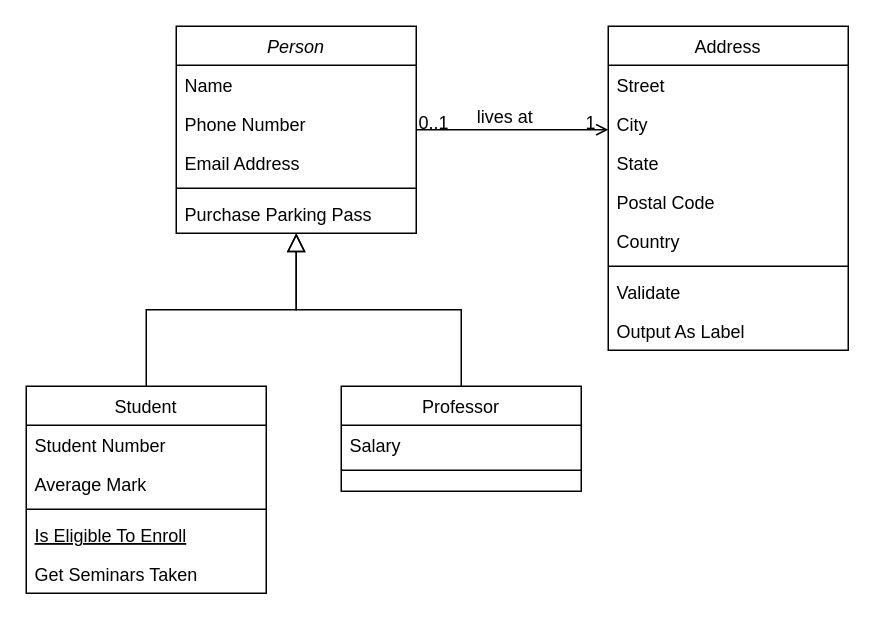
Before: oop/esercizio-03-04.drawio in Gabbinetto/draw.io-diagrams, a draw.io diagram. Source tidied: cells renumbered, new cells numbered last; positions are measured from the earlier drawing's top-left corner, leaving out a move shared by most shapes. Both pictures are drawn from the tidied source at 150%, with x=0, y=0 at pixel (26, 26).
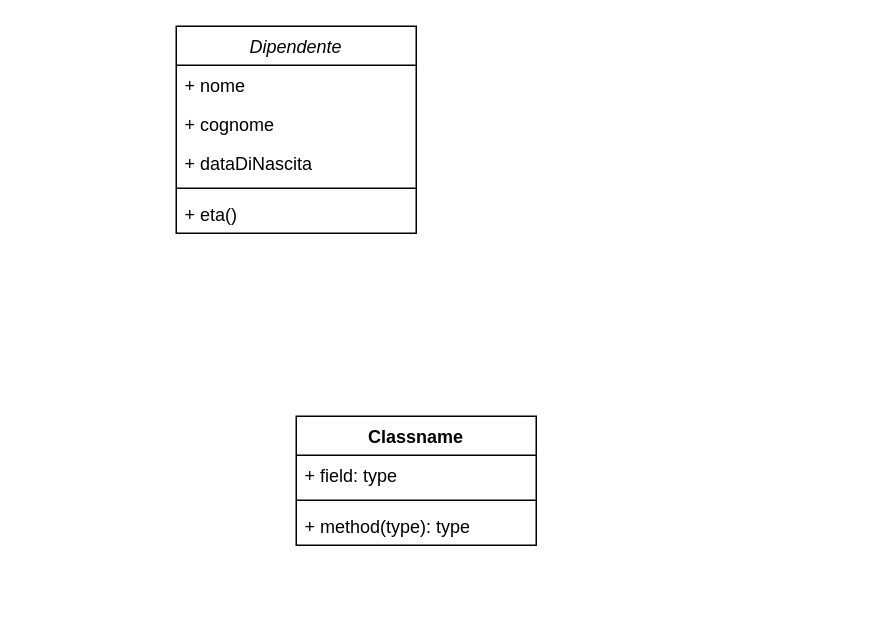
The same diagram, later.

Commit message (it also covers changes not shown here):
Aggiorna oop/esercizio-03-04.drawio

Change to the diagram source:
```diff
@@
-    <mxCell id="2" value="Person" style="swimlane;fontStyle=2;align=center;verticalAlign=top;horizontal=1;startSize=26;rounded=0;shadow=0;strokeWidth=1;" parent="1" vertex="1">
+    <mxCell id="2" value="Dipendente" style="swimlane;fontStyle=2;align=center;verticalAlign=top;horizontal=1;startSize=26;rounded=0;shadow=0;strokeWidth=1;" parent="1" vertex="1">
       <mxGeometry x="100" width="160" height="138" as="geometry" />
     </mxCell>
-    <mxCell id="3" value="Name" style="text;align=left;verticalAlign=top;spacingLeft=4;spacingRight=4;overflow=hidden;" parent="2" vertex="1">
+    <mxCell id="3" value="+ nome" style="text;align=left;verticalAlign=top;spacingLeft=4;spacingRight=4;overflow=hidden;" parent="2" vertex="1">
       <mxGeometry y="26" width="160" height="26" as="geometry" />
     </mxCell>
-    <mxCell id="4" value="Phone Number" style="text;align=left;verticalAlign=top;spacingLeft=4;spacingRight=4;overflow=hidden;rounded=0;shadow=0;html=0;" parent="2" vertex="1">
+    <mxCell id="4" value="+ cognome" style="text;align=left;verticalAlign=top;spacingLeft=4;spacingRight=4;overflow=hidden;rounded=0;shadow=0;html=0;" parent="2" vertex="1">
       <mxGeometry y="52" width="160" height="26" as="geometry" />
     </mxCell>
-    <mxCell id="5" value="Email Address" style="text;align=left;verticalAlign=top;spacingLeft=4;spacingRight=4;overflow=hidden;rounded=0;shadow=0;html=0;" parent="2" vertex="1">
-      <mxGeometry y="78" width="160" height="26" as="geometry" />
-    </mxCell>
+    <mxCell id="32" value="+ dataDiNascita" style="text;strokeColor=none;fillColor=none;align=left;verticalAlign=top;spacingLeft=4;spacingRight=4;overflow=hidden;whiteSpace=wrap;html=1;" parent="2" vertex="1">
+      <mxGeometry y="78" width="160" height="26" as="geometry" />
+    </mxCell>
@@
-    <mxCell id="7" value="Purchase Parking Pass" style="text;align=left;verticalAlign=top;spacingLeft=4;spacingRight=4;overflow=hidden;" parent="2" vertex="1">
-      <mxGeometry y="112" width="160" height="26" as="geometry" />
-    </mxCell>
-    <mxCell id="8" value="Student" style="swimlane;fontStyle=0;align=center;verticalAlign=top;horizontal=1;startSize=26;rounded=0;shadow=0;strokeWidth=1;" parent="1" vertex="1">
-      <mxGeometry y="240" width="160" height="138" as="geometry" />
-    </mxCell>
-    <mxCell id="9" value="Student Number" style="text;align=left;verticalAlign=top;spacingLeft=4;spacingRight=4;overflow=hidden;" parent="8" vertex="1">
-      <mxGeometry y="26" width="160" height="26" as="geometry" />
-    </mxCell>
-    <mxCell id="10" value="Average Mark" style="text;align=left;verticalAlign=top;spacingLeft=4;spacingRight=4;overflow=hidden;rounded=0;shadow=0;html=0;" parent="8" vertex="1">
-      <mxGeometry y="52" width="160" height="26" as="geometry" />
-    </mxCell>
-    <mxCell id="11" style="line;html=1;strokeWidth=1;align=left;verticalAlign=middle;spacingTop=-1;spacingLeft=3;spacingRight=3;labelPosition=right;" parent="8" vertex="1">
-      <mxGeometry y="78" width="160" height="8" as="geometry" />
-    </mxCell>
-    <mxCell id="12" value="Is Eligible To Enroll" style="text;align=left;verticalAlign=top;spacingLeft=4;spacingRight=4;overflow=hidden;fontStyle=4;" parent="8" vertex="1">
-      <mxGeometry y="86" width="160" height="26" as="geometry" />
-    </mxCell>
-    <mxCell id="13" value="Get Seminars Taken" style="text;align=left;verticalAlign=top;spacingLeft=4;spacingRight=4;overflow=hidden;" parent="8" vertex="1">
-      <mxGeometry y="112" width="160" height="26" as="geometry" />
-    </mxCell>
-    <mxCell id="14" style="endArrow=block;endSize=10;endFill=0;shadow=0;strokeWidth=1;rounded=0;curved=0;edgeStyle=elbowEdgeStyle;elbow=vertical;" parent="1" edge="1" source="8" target="2">
-      <mxGeometry relative="1" as="geometry" />
-    </mxCell>
-    <mxCell id="15" value="Professor" style="swimlane;fontStyle=0;align=center;verticalAlign=top;horizontal=1;startSize=26;rounded=0;shadow=0;strokeWidth=1;" parent="1" vertex="1">
-      <mxGeometry x="210" y="240" width="160" height="70" as="geometry" />
-    </mxCell>
-    <mxCell id="16" value="Salary" style="text;align=left;verticalAlign=top;spacingLeft=4;spacingRight=4;overflow=hidden;" parent="15" vertex="1">
-      <mxGeometry y="26" width="160" height="26" as="geometry" />
-    </mxCell>
-    <mxCell id="17" style="line;html=1;strokeWidth=1;align=left;verticalAlign=middle;spacingTop=-1;spacingLeft=3;spacingRight=3;labelPosition=right;" parent="15" vertex="1">
-      <mxGeometry y="52" width="160" height="8" as="geometry" />
-    </mxCell>
-    <mxCell id="18" style="endArrow=block;endSize=10;endFill=0;shadow=0;strokeWidth=1;rounded=0;curved=0;edgeStyle=elbowEdgeStyle;elbow=vertical;" parent="1" edge="1" source="15" target="2">
-      <mxGeometry relative="1" as="geometry" />
-    </mxCell>
-    <mxCell id="19" value="Address" style="swimlane;fontStyle=0;align=center;verticalAlign=top;horizontal=1;startSize=26;rounded=0;shadow=0;strokeWidth=1;" parent="1" vertex="1">
-      <mxGeometry x="388" width="160" height="216" as="geometry" />
-    </mxCell>
-    <mxCell id="20" value="Street" style="text;align=left;verticalAlign=top;spacingLeft=4;spacingRight=4;overflow=hidden;" parent="19" vertex="1">
-      <mxGeometry y="26" width="160" height="26" as="geometry" />
-    </mxCell>
-    <mxCell id="21" value="City" style="text;align=left;verticalAlign=top;spacingLeft=4;spacingRight=4;overflow=hidden;rounded=0;shadow=0;html=0;" parent="19" vertex="1">
-      <mxGeometry y="52" width="160" height="26" as="geometry" />
-    </mxCell>
-    <mxCell id="22" value="State" style="text;align=left;verticalAlign=top;spacingLeft=4;spacingRight=4;overflow=hidden;rounded=0;shadow=0;html=0;" parent="19" vertex="1">
-      <mxGeometry y="78" width="160" height="26" as="geometry" />
-    </mxCell>
-    <mxCell id="23" value="Postal Code" style="text;align=left;verticalAlign=top;spacingLeft=4;spacingRight=4;overflow=hidden;rounded=0;shadow=0;html=0;" parent="19" vertex="1">
-      <mxGeometry y="104" width="160" height="26" as="geometry" />
-    </mxCell>
-    <mxCell id="24" value="Country" style="text;align=left;verticalAlign=top;spacingLeft=4;spacingRight=4;overflow=hidden;rounded=0;shadow=0;html=0;" parent="19" vertex="1">
-      <mxGeometry y="130" width="160" height="26" as="geometry" />
-    </mxCell>
-    <mxCell id="25" style="line;html=1;strokeWidth=1;align=left;verticalAlign=middle;spacingTop=-1;spacingLeft=3;spacingRight=3;labelPosition=right;" parent="19" vertex="1">
-      <mxGeometry y="156" width="160" height="8" as="geometry" />
-    </mxCell>
-    <mxCell id="26" value="Validate" style="text;align=left;verticalAlign=top;spacingLeft=4;spacingRight=4;overflow=hidden;" parent="19" vertex="1">
-      <mxGeometry y="164" width="160" height="26" as="geometry" />
-    </mxCell>
-    <mxCell id="27" value="Output As Label" style="text;align=left;verticalAlign=top;spacingLeft=4;spacingRight=4;overflow=hidden;" parent="19" vertex="1">
-      <mxGeometry y="190" width="160" height="26" as="geometry" />
-    </mxCell>
-    <mxCell id="28" style="endArrow=open;shadow=0;strokeWidth=1;rounded=0;curved=0;endFill=1;edgeStyle=elbowEdgeStyle;elbow=vertical;" parent="1" edge="1" source="2" target="19">
-      <mxGeometry x="0.5" y="41" relative="1" as="geometry">
-        <mxPoint x="-40" y="32" as="offset" />
-      </mxGeometry>
-    </mxCell>
-    <mxCell id="29" value="0..1" style="align=left;verticalAlign=bottom;labelBackgroundColor=none;fontSize=12;" parent="28" vertex="1">
-      <mxGeometry x="-1" relative="1" as="geometry">
-        <mxPoint y="4" as="offset" />
-      </mxGeometry>
-    </mxCell>
-    <mxCell id="30" value="1" style="align=right;verticalAlign=bottom;labelBackgroundColor=none;fontSize=12;" parent="28" vertex="1">
-      <mxGeometry x="1" relative="1" as="geometry">
-        <mxPoint x="-7" y="4" as="offset" />
-      </mxGeometry>
-    </mxCell>
-    <mxCell id="31" value="lives at" style="text;html=1;align=center;verticalAlign=middle;labelBackgroundColor=none;rounded=0;shadow=0;strokeWidth=1;fontSize=12;" parent="28" vertex="1">
-      <mxGeometry x="0.5" y="49" relative="1" as="geometry">
-        <mxPoint x="-38" y="40" as="offset" />
-      </mxGeometry>
-    </mxCell>
+    <mxCell id="33" value="+ eta()" style="text;strokeColor=none;fillColor=none;align=left;verticalAlign=top;spacingLeft=4;spacingRight=4;overflow=hidden;whiteSpace=wrap;html=1;" parent="2" vertex="1">
+      <mxGeometry y="112" width="160" height="26" as="geometry" />
+    </mxCell>
+    <mxCell id="34" value="Classname" style="swimlane;fontStyle=1;align=center;verticalAlign=top;horizontal=1;startSize=26;whiteSpace=wrap;html=1;" parent="1" vertex="1">
+      <mxGeometry x="180" y="260" width="160" height="86" as="geometry" />
+    </mxCell>
+    <mxCell id="35" value="+ field: type" style="text;strokeColor=none;fillColor=none;align=left;verticalAlign=top;spacingLeft=4;spacingRight=4;overflow=hidden;whiteSpace=wrap;html=1;" parent="34" vertex="1">
+      <mxGeometry y="26" width="160" height="26" as="geometry" />
+    </mxCell>
+    <mxCell id="36" style="line;strokeWidth=1;fillColor=none;align=left;verticalAlign=middle;spacingTop=-1;spacingLeft=3;spacingRight=3;labelPosition=right;strokeColor=inherit;" parent="34" vertex="1">
+      <mxGeometry y="52" width="160" height="8" as="geometry" />
+    </mxCell>
+    <mxCell id="37" value="+ method(type): type" style="text;strokeColor=none;fillColor=none;align=left;verticalAlign=top;spacingLeft=4;spacingRight=4;overflow=hidden;whiteSpace=wrap;html=1;" parent="34" vertex="1">
+      <mxGeometry y="60" width="160" height="26" as="geometry" />
+    </mxCell>
```
